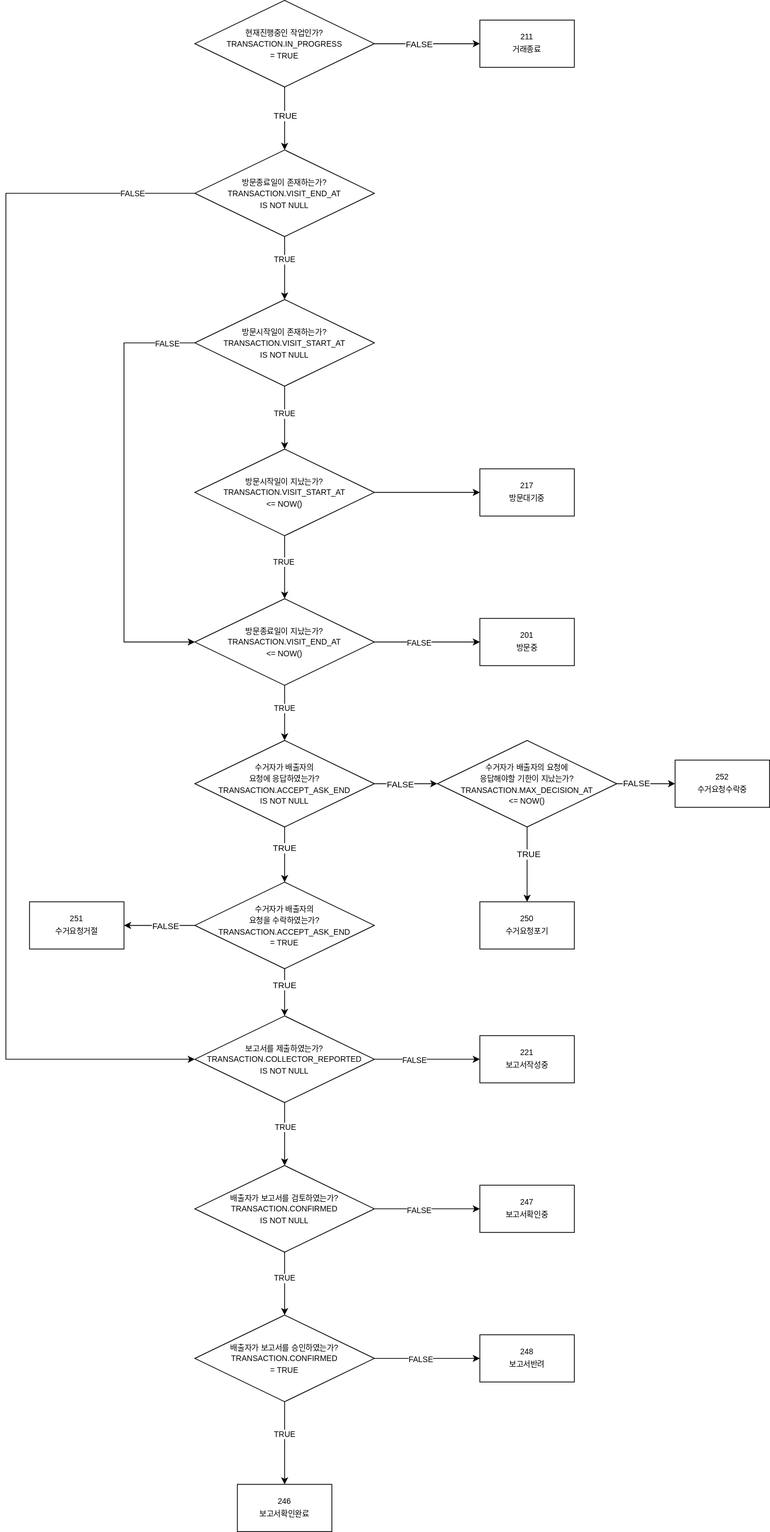
Before: drawio/V_TRANSACTION_STATE.svg, a diagram exported from draw.io (Leo-Nam/stored-procedures). Source tidied: cells renumbered, new cells last; positions are measured from the earlier drawing's top-left corner, leaving out a move shared by most shapes.
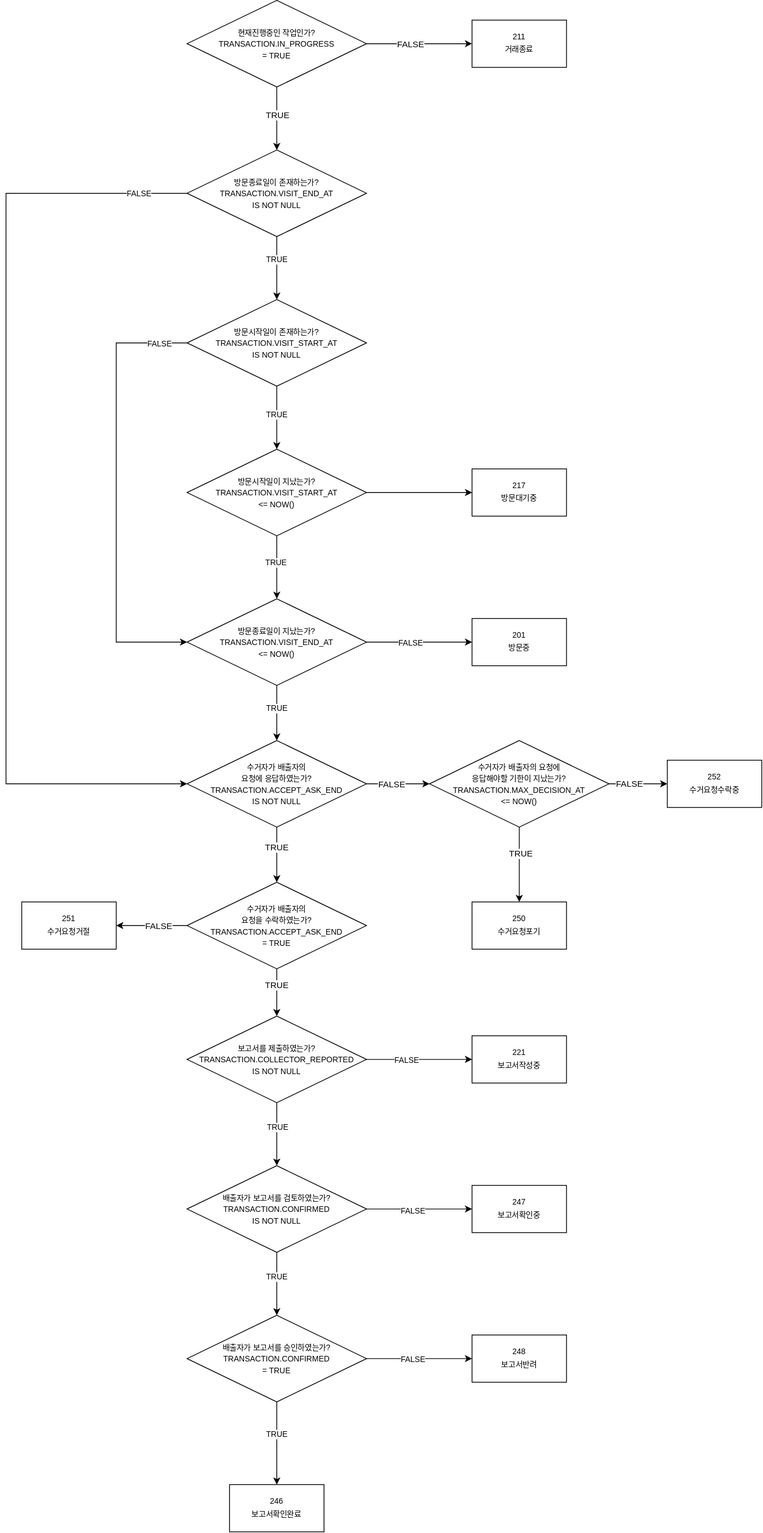
Later version of the same file.

Diff of the diagram source:
```diff
@@ -26,11 +26,11 @@
     <mxCell id="9" value="TRUE" style="edgeLabel;html=1;align=center;verticalAlign=middle;fontSize=10;" parent="8" vertex="1">
       <mxGeometry x="-0.29" y="-1" relative="1" as="geometry" />
     </mxCell>
-    <mxCell id="10" style="edgeStyle=orthogonalEdgeStyle;rounded=0;jettySize=auto;html=1;entryX=0;entryY=0.5;entryDx=0;entryDy=0;fontSize=10;exitX=0;exitY=0.5;exitDx=0;exitDy=0;" parent="1" edge="1" source="12" target="33">
+    <mxCell id="10" style="edgeStyle=orthogonalEdgeStyle;rounded=0;jettySize=auto;html=1;entryX=0;entryY=0.5;entryDx=0;entryDy=0;fontSize=10;exitX=0;exitY=0.5;exitDx=0;exitDy=0;" parent="1" edge="1" source="12" target="52">
       <mxGeometry relative="1" as="geometry">
         <Array as="points">
-          <mxPoint y="245" />
-          <mxPoint y="1345" />
+          <mxPoint x="10" y="245" />
+          <mxPoint x="10" y="995" />
         </Array>
       </mxGeometry>
     </mxCell>
```
